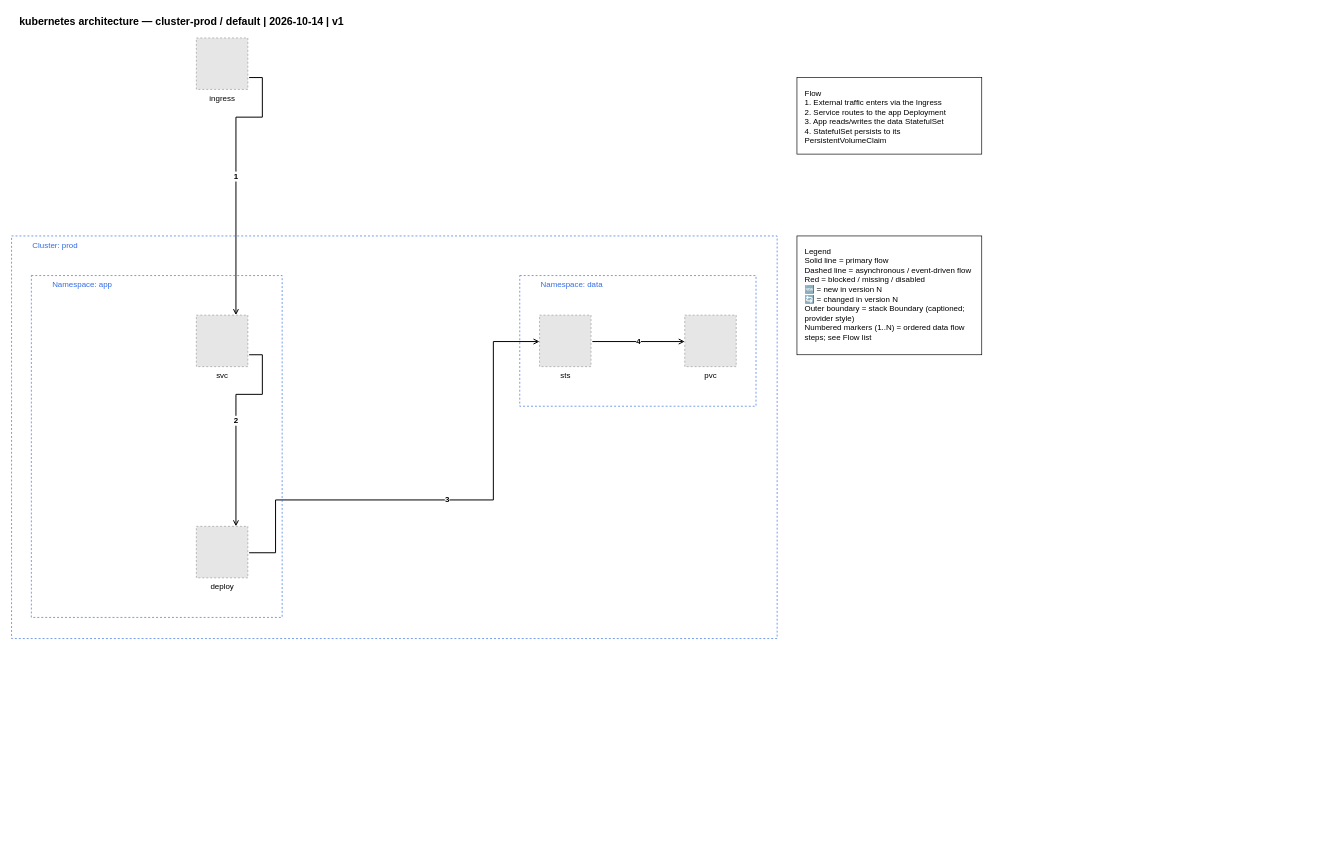
The draw.io diagram examples/kubernetes/01-kubernetes-architecture-summary.drawio in totoshko88/Cloud_Architecture, before the edit. Source tidied: cells renumbered, new cells numbered last; positions are measured from the earlier drawing's top-left corner, leaving out a move shared by most shapes. Both pictures are drawn from the tidied source at 66%, with x=0, y=0 at pixel (11, 11). Pictures stored in the file or linked from it are replaced by grey dashed boxes.
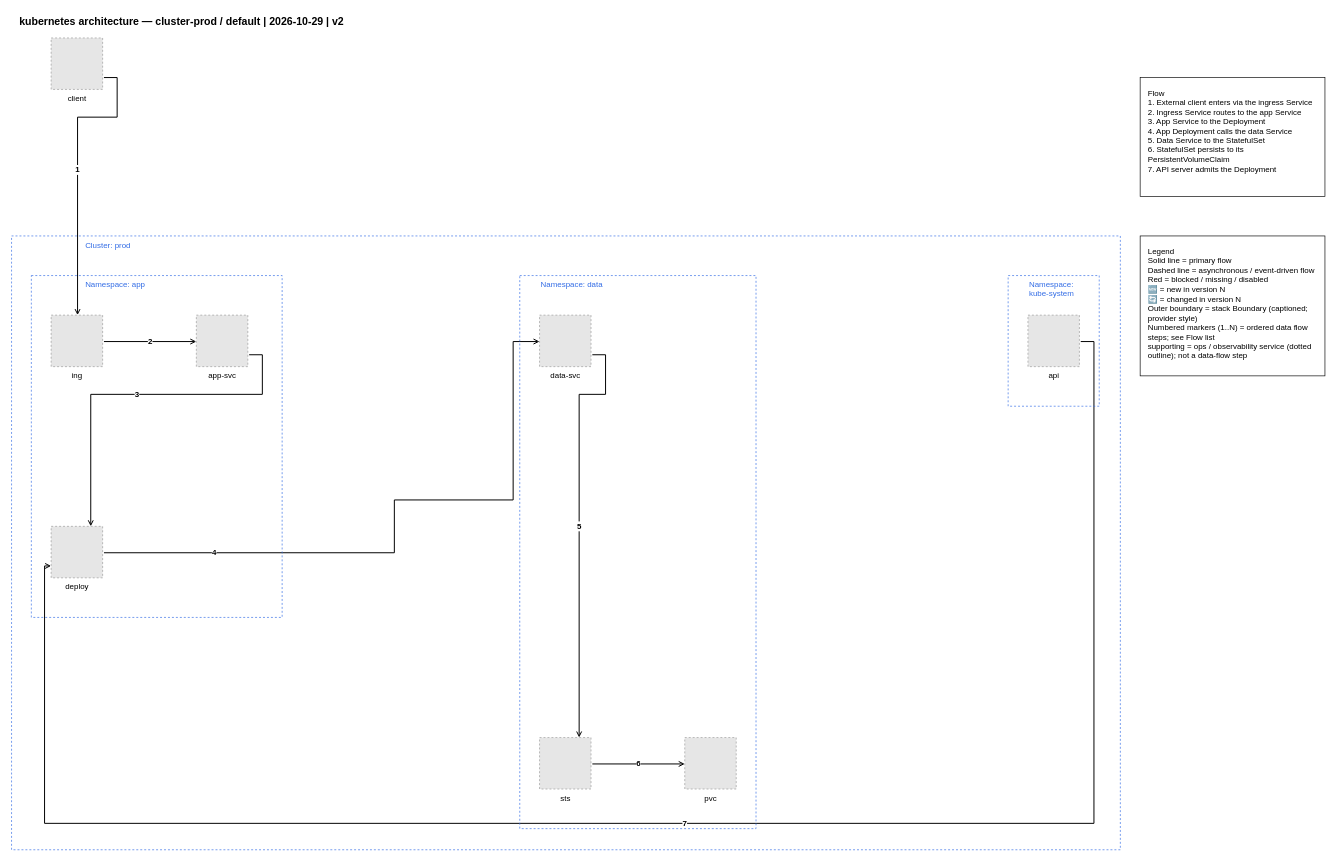
After the change.

Commit message (it also covers changes not shown here):
feat(layout): N peer-region bands + kubernetes golden v2 (1.13.0 feedback E)

Diff of the diagram source:
```diff
@@
-    <mxCell id="2" value="kubernetes architecture — cluster-prod / default | 2026-10-14 | v1" style="text;html=1;strokeColor=none;fillColor=none;align=left;verticalAlign=middle;fontSize=16;fontStyle=1;" parent="1" vertex="1">
+    <mxCell id="2" value="kubernetes architecture — cluster-prod / default | 2026-10-29 | v2" style="text;html=1;strokeColor=none;fillColor=none;align=left;verticalAlign=middle;fontSize=16;fontStyle=1;" parent="1" vertex="1">
       <mxGeometry x="10" width="900" height="30" as="geometry" />
     </mxCell>
-    <mxCell id="3" value="1" style="edgeStyle=orthogonalEdgeStyle;rounded=0;html=1;endArrow=open;endFill=0;strokeWidth=1.5;exitX=1.0256410256410255;exitY=0.7692307692307693;exitDx=0;exitDy=0;exitPerimeter=0;entryX=0.7692307692307693;entryY=0.0;entryDx=0;entryDy=0;fontSize=12;fontStyle=1;" parent="1" edge="1" source="10" target="11">
+    <mxCell id="3" value="1" style="edgeStyle=orthogonalEdgeStyle;rounded=0;html=1;endArrow=open;endFill=0;strokeWidth=1.5;exitX=1.0256410256410255;exitY=0.7692307692307693;exitDx=0;exitDy=0;exitPerimeter=0;entryX=0.5128205128205128;entryY=0.0;entryDx=0;entryDy=0;fontSize=12;fontStyle=1;" parent="1" edge="1" source="21" target="22">
       <mxGeometry relative="1" as="geometry">
         <Array as="points">
-          <mxPoint x="380" y="100" />
-          <mxPoint x="380" y="160" />
-          <mxPoint x="340" y="160" />
+          <mxPoint x="160" y="100" />
+          <mxPoint x="160" y="160" />
+          <mxPoint x="100" y="160" />
         </Array>
       </mxGeometry>
     </mxCell>
-    <mxCell id="4" value="2" style="edgeStyle=orthogonalEdgeStyle;rounded=0;html=1;endArrow=open;endFill=0;strokeWidth=1.5;exitX=1.0256410256410255;exitY=0.7692307692307693;exitDx=0;exitDy=0;exitPerimeter=0;entryX=0.7692307692307693;entryY=0.0;entryDx=0;entryDy=0;fontSize=12;fontStyle=1;" parent="1" edge="1" source="11" target="12">
-      <mxGeometry relative="1" as="geometry">
-        <Array as="points">
-          <mxPoint x="380" y="520" />
-          <mxPoint x="380" y="580" />
-          <mxPoint x="340" y="580" />
-        </Array>
-      </mxGeometry>
+    <mxCell id="4" value="2" style="edgeStyle=orthogonalEdgeStyle;rounded=0;html=1;endArrow=open;endFill=0;strokeWidth=1.5;exitX=1.0256410256410255;exitY=0.5128205128205128;exitDx=0;exitDy=0;exitPerimeter=0;entryX=0.0;entryY=0.5128205128205128;entryDx=0;entryDy=0;fontSize=12;fontStyle=1;" parent="1" edge="1" source="22" target="23">
+      <mxGeometry relative="1" as="geometry" />
     </mxCell>
-    <mxCell id="5" value="3" style="edgeStyle=orthogonalEdgeStyle;rounded=0;html=1;endArrow=open;endFill=0;strokeWidth=1.5;exitX=1.0256410256410255;exitY=0.5128205128205128;exitDx=0;exitDy=0;exitPerimeter=0;entryX=0.0;entryY=0.5128205128205128;entryDx=0;entryDy=0;fontSize=12;fontStyle=1;" parent="1" edge="1" source="12" target="13">
+    <mxCell id="5" value="3" style="edgeStyle=orthogonalEdgeStyle;rounded=0;html=1;endArrow=open;endFill=0;strokeWidth=1.5;exitX=1.0256410256410255;exitY=0.7692307692307693;exitDx=0;exitDy=0;exitPerimeter=0;entryX=0.7692307692307693;entryY=0.0;entryDx=0;entryDy=0;fontSize=12;fontStyle=1;" parent="1" edge="1" source="23" target="12">
       <mxGeometry relative="1" as="geometry">
         <Array as="points">
-          <mxPoint x="400" y="820" />
-          <mxPoint x="400" y="740" />
-          <mxPoint x="730" y="740" />
-          <mxPoint x="730" y="500" />
+          <mxPoint x="380" y="520" />
+          <mxPoint x="380" y="580" />
+          <mxPoint x="120" y="580" />
         </Array>
       </mxGeometry>
     </mxCell>
-    <mxCell id="6" value="4" style="edgeStyle=orthogonalEdgeStyle;rounded=0;html=1;endArrow=open;endFill=0;strokeWidth=1.5;exitX=1.0256410256410255;exitY=0.5128205128205128;exitDx=0;exitDy=0;exitPerimeter=0;entryX=0.0;entryY=0.5128205128205128;entryDx=0;entryDy=0;fontSize=12;fontStyle=1;" parent="1" edge="1" source="13" target="14">
-      <mxGeometry relative="1" as="geometry" />
+    <mxCell id="6" value="4" style="edgeStyle=orthogonalEdgeStyle;rounded=0;html=1;endArrow=open;endFill=0;strokeWidth=1.5;exitX=1.0256410256410255;exitY=0.5128205128205128;exitDx=0;exitDy=0;exitPerimeter=0;entryX=0.0;entryY=0.5128205128205128;entryDx=0;entryDy=0;fontSize=12;fontStyle=1;" parent="1" edge="1" source="12" target="24">
+      <mxGeometry x="-0.66" relative="1" as="geometry">
+        <Array as="points">
+          <mxPoint x="580" y="820" />
+          <mxPoint x="580" y="740" />
+          <mxPoint x="760" y="740" />
+          <mxPoint x="760" y="500" />
+        </Array>
+      </mxGeometry>
     </mxCell>
+    <mxCell id="17" value="5" style="edgeStyle=orthogonalEdgeStyle;rounded=0;html=1;endArrow=open;endFill=0;strokeWidth=1.5;exitX=1.0256410256410255;exitY=0.7692307692307693;exitDx=0;exitDy=0;exitPerimeter=0;entryX=0.7692307692307693;entryY=0.0;entryDx=0;entryDy=0;fontSize=12;fontStyle=1;" parent="1" edge="1" source="24" target="13">
+      <mxGeometry relative="1" as="geometry">
+        <Array as="points">
+          <mxPoint x="900" y="520" />
+          <mxPoint x="900" y="580" />
+          <mxPoint x="860" y="580" />
+        </Array>
+      </mxGeometry>
+    </mxCell>
+    <mxCell id="18" value="6" style="edgeStyle=orthogonalEdgeStyle;rounded=0;html=1;endArrow=open;endFill=0;strokeWidth=1.5;exitX=1.0256410256410255;exitY=0.5128205128205128;exitDx=0;exitDy=0;exitPerimeter=0;entryX=0.0;entryY=0.5128205128205128;entryDx=0;entryDy=0;fontSize=12;fontStyle=1;" parent="1" edge="1" source="13" target="14">
+      <mxGeometry relative="1" as="geometry" />
+    </mxCell>
+    <mxCell id="19" value="7" style="edgeStyle=orthogonalEdgeStyle;rounded=0;html=1;endArrow=open;endFill=0;strokeWidth=1.5;exitX=1.0256410256410255;exitY=0.5128205128205128;exitDx=0;exitDy=0;exitPerimeter=0;entryX=0.0;entryY=0.7692307692307693;entryDx=0;entryDy=0;fontSize=12;fontStyle=1;" parent="1" edge="1" source="25" target="12">
+      <mxGeometry relative="1" as="geometry">
+        <Array as="points">
+          <mxPoint x="1640" y="500" />
+          <mxPoint x="1640" y="1230" />
+          <mxPoint x="50" y="1230" />
+          <mxPoint x="50" y="840" />
+        </Array>
+      </mxGeometry>
+    </mxCell>
-    <mxCell id="7" value="Cluster: prod" style="rounded=0;whiteSpace=wrap;html=1;fillColor=none;strokeColor=#326CE5;dashed=1;verticalAlign=top;align=left;spacingLeft=30;fontColor=#326CE5;fontSize=12;" parent="1" vertex="1">
-      <mxGeometry y="340" width="1160" height="610" as="geometry" />
+    <mxCell id="7" value="Cluster: prod" style="rounded=0;whiteSpace=wrap;html=1;fillColor=none;strokeColor=#326CE5;dashed=1;verticalAlign=top;fontColor=#326CE5;fontSize=12;align=left;spacingLeft=110;" parent="1" vertex="1">
+      <mxGeometry y="340" width="1680" height="930" as="geometry" />
     </mxCell>
-    <mxCell id="8" value="Namespace: app" style="rounded=0;whiteSpace=wrap;html=1;fillColor=none;strokeColor=#326CE5;dashed=1;verticalAlign=top;align=left;spacingLeft=30;fontColor=#326CE5;fontSize=12;" parent="1" vertex="1">
+    <mxCell id="8" value="Namespace: app" style="rounded=0;whiteSpace=wrap;html=1;fillColor=none;strokeColor=#326CE5;dashed=1;verticalAlign=top;fontColor=#326CE5;fontSize=12;align=left;spacingLeft=80;" parent="1" vertex="1">
       <mxGeometry x="30" y="400" width="380" height="518" as="geometry" />
     </mxCell>
     <mxCell id="9" value="Namespace: data" style="rounded=0;whiteSpace=wrap;html=1;fillColor=none;strokeColor=#326CE5;dashed=1;verticalAlign=top;align=left;spacingLeft=30;fontColor=#326CE5;fontSize=12;" parent="1" vertex="1">
-      <mxGeometry x="770" y="400" width="358" height="198" as="geometry" />
+      <mxGeometry x="770" y="400" width="358" height="838" as="geometry" />
     </mxCell>
-    <mxCell id="10" value="ingress" style="fillColor=#E6E6E6;strokeColor=#999999;dashed=1;verticalLabelPosition=bottom;verticalAlign=top;html=1;align=center;fontSize=12;" parent="1" vertex="1">
-      <mxGeometry x="280" y="40" width="78" height="78" as="geometry" />
-    </mxCell>
-    <mxCell id="11" value="svc" style="fillColor=#E6E6E6;strokeColor=#999999;dashed=1;verticalLabelPosition=bottom;verticalAlign=top;html=1;align=center;fontSize=12;" parent="8" vertex="1">
-      <mxGeometry x="250" y="60" width="78" height="78" as="geometry" />
-    </mxCell>
+    <mxCell id="20" value="Namespace:&lt;br&gt;kube-system" style="rounded=0;whiteSpace=wrap;html=1;fillColor=none;strokeColor=#326CE5;dashed=1;verticalAlign=top;align=left;spacingLeft=30;fontColor=#326CE5;fontSize=12;" parent="1" vertex="1">
+      <mxGeometry x="1510" y="400" width="138" height="198" as="geometry" />
+    </mxCell>
+    <mxCell id="21" value="client" style="fillColor=#E6E6E6;strokeColor=#999999;dashed=1;verticalLabelPosition=bottom;verticalAlign=top;html=1;align=center;fontSize=12;" parent="1" vertex="1">
+      <mxGeometry x="60" y="40" width="78" height="78" as="geometry" />
+    </mxCell>
+    <mxCell id="22" value="ing" style="fillColor=#E6E6E6;strokeColor=#999999;dashed=1;verticalLabelPosition=bottom;verticalAlign=top;html=1;align=center;fontSize=12;" parent="8" vertex="1">
+      <mxGeometry x="30" y="60" width="78" height="78" as="geometry" />
+    </mxCell>
+    <mxCell id="23" value="app-svc" style="fillColor=#E6E6E6;strokeColor=#999999;dashed=1;verticalLabelPosition=bottom;verticalAlign=top;html=1;align=center;fontSize=12;" parent="8" vertex="1">
+      <mxGeometry x="250" y="60" width="78" height="78" as="geometry" />
+    </mxCell>
     <mxCell id="12" value="deploy" style="fillColor=#E6E6E6;strokeColor=#999999;dashed=1;verticalLabelPosition=bottom;verticalAlign=top;html=1;align=center;fontSize=12;" parent="8" vertex="1">
-      <mxGeometry x="250" y="380" width="78" height="78" as="geometry" />
+      <mxGeometry x="30" y="380" width="78" height="78" as="geometry" />
     </mxCell>
+    <mxCell id="24" value="data-svc" style="fillColor=#E6E6E6;strokeColor=#999999;dashed=1;verticalLabelPosition=bottom;verticalAlign=top;html=1;align=center;fontSize=12;" parent="9" vertex="1">
+      <mxGeometry x="30" y="60" width="78" height="78" as="geometry" />
+    </mxCell>
     <mxCell id="13" value="sts" style="fillColor=#E6E6E6;strokeColor=#999999;dashed=1;verticalLabelPosition=bottom;verticalAlign=top;html=1;align=center;fontSize=12;" parent="9" vertex="1">
-      <mxGeometry x="30" y="60" width="78" height="78" as="geometry" />
+      <mxGeometry x="30" y="700" width="78" height="78" as="geometry" />
     </mxCell>
     <mxCell id="14" value="pvc" style="fillColor=#E6E6E6;strokeColor=#999999;dashed=1;verticalLabelPosition=bottom;verticalAlign=top;html=1;align=center;fontSize=12;" parent="9" vertex="1">
-      <mxGeometry x="250" y="60" width="78" height="78" as="geometry" />
+      <mxGeometry x="250" y="700" width="78" height="78" as="geometry" />
     </mxCell>
+    <mxCell id="25" value="api" style="fillColor=#E6E6E6;strokeColor=#999999;dashed=1;verticalLabelPosition=bottom;verticalAlign=top;html=1;align=center;fontSize=12;" parent="20" vertex="1">
+      <mxGeometry x="30" y="60" width="78" height="78" as="geometry" />
+    </mxCell>
-    <mxCell id="15" value="Flow&#10;1. External traffic enters via the Ingress&#10;2. Service routes to the app Deployment&#10;3. App reads/writes the data StatefulSet&#10;4. StatefulSet persists to its PersistentVolumeClaim" style="text;html=1;align=left;verticalAlign=top;fontSize=12;whiteSpace=wrap;strokeColor=#000000;fillColor=#FFFFFF;spacingLeft=10;spacingRight=10;spacingTop=10;spacingBottom=10;" parent="1" vertex="1">
-      <mxGeometry x="1190" y="100" width="280" height="116" as="geometry" />
+    <mxCell id="15" value="Flow&#10;1. External client enters via the ingress Service&#10;2. Ingress Service routes to the app Service&#10;3. App Service to the Deployment&#10;4. App Deployment calls the data Service&#10;5. Data Service to the StatefulSet&#10;6. StatefulSet persists to its PersistentVolumeClaim&#10;7. API server admits the Deployment" style="text;html=1;align=left;verticalAlign=top;fontSize=12;whiteSpace=wrap;strokeColor=#000000;fillColor=#FFFFFF;spacingLeft=10;spacingRight=10;spacingTop=10;spacingBottom=10;" parent="1" vertex="1">
+      <mxGeometry x="1710" y="100" width="280" height="180" as="geometry" />
     </mxCell>
-    <mxCell id="16" value="Legend&#10;Solid line = primary flow&#10;Dashed line = asynchronous / event-driven flow&#10;Red = blocked / missing / disabled&#10;🆕 = new in version N&#10;🔄 = changed in version N&#10;Outer boundary = stack Boundary (captioned; provider style)&#10;Numbered markers (1..N) = ordered data flow steps; see Flow list" style="text;html=1;align=left;verticalAlign=top;fontSize=12;whiteSpace=wrap;strokeColor=#000000;fillColor=#FFFFFF;spacingLeft=10;spacingRight=10;spacingTop=10;spacingBottom=10;" parent="1" vertex="1">
-      <mxGeometry x="1190" y="340" width="280" height="180" as="geometry" />
+    <mxCell id="16" value="Legend&#10;Solid line = primary flow&#10;Dashed line = asynchronous / event-driven flow&#10;Red = blocked / missing / disabled&#10;🆕 = new in version N&#10;🔄 = changed in version N&#10;Outer boundary = stack Boundary (captioned; provider style)&#10;Numbered markers (1..N) = ordered data flow steps; see Flow list&#10;supporting = ops / observability service (dotted outline); not a data-flow step" style="text;html=1;align=left;verticalAlign=top;fontSize=12;whiteSpace=wrap;strokeColor=#000000;fillColor=#FFFFFF;spacingLeft=10;spacingRight=10;spacingTop=10;spacingBottom=10;" parent="1" vertex="1">
+      <mxGeometry x="1710" y="340" width="280" height="212" as="geometry" />
     </mxCell>
```
